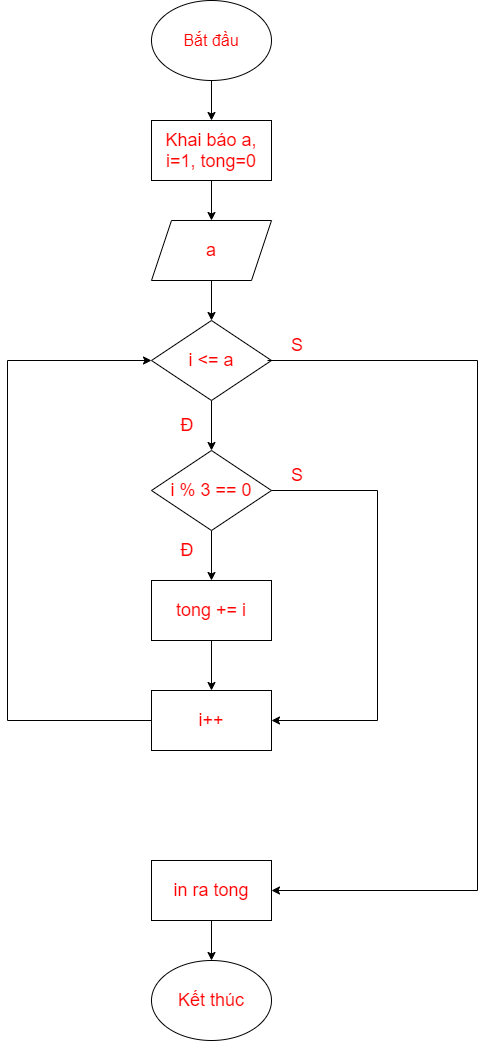
Above: lưu đồ bài 12.png in CorpseK/noobmaster69 (draw.io), before the change. Source tidied: cells renumbered, new cells last; positions are measured from the earlier drawing's top-left corner, leaving out a move shared by most shapes.
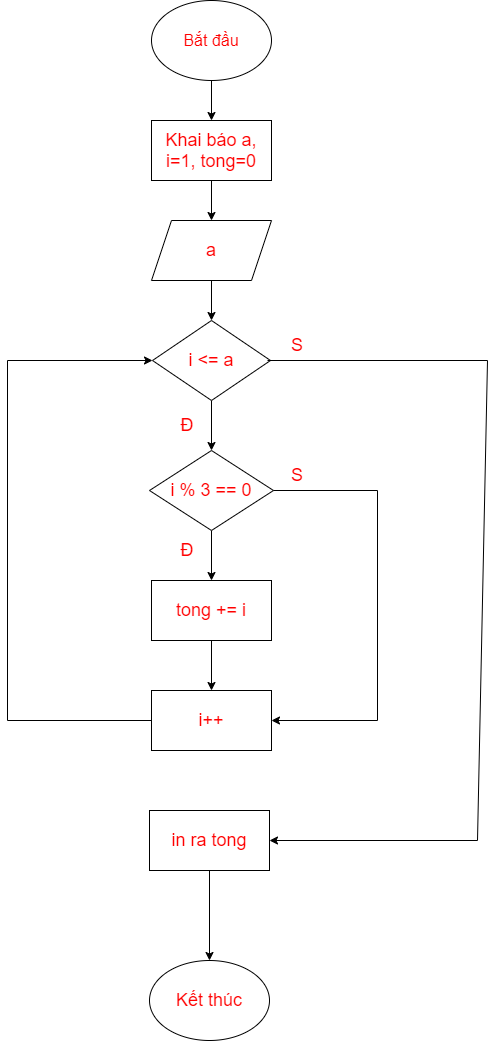
After the commit.

Diff of the diagram source:
```diff
@@ -24,26 +24,17 @@
       <mxGeometry relative="1" as="geometry" />
     </mxCell>
     <mxCell id="9" value="i &amp;lt;= a" style="rhombus;whiteSpace=wrap;html=1;fontSize=18;fontColor=#FF0000;" parent="1" vertex="1">
-      <mxGeometry x="144" y="320" width="120" height="80" as="geometry" />
+      <mxGeometry x="145" y="320" width="118" height="80" as="geometry" />
     </mxCell>
     <mxCell id="10" style="edgeStyle=orthogonalEdgeStyle;rounded=0;jettySize=auto;html=1;fontSize=18;fontColor=#FF0000;" parent="1" edge="1" source="11" target="16">
       <mxGeometry relative="1" as="geometry" />
     </mxCell>
     <mxCell id="11" value="i % 3 == 0" style="rhombus;whiteSpace=wrap;html=1;fontSize=18;fontColor=#FF0000;" parent="1" vertex="1">
-      <mxGeometry x="144" y="450" width="120" height="80" as="geometry" />
+      <mxGeometry x="142" y="450" width="124" height="80" as="geometry" />
     </mxCell>
     <mxCell id="12" value="Đ" style="text;html=1;strokeColor=none;fillColor=none;align=center;verticalAlign=middle;whiteSpace=wrap;rounded=0;fontSize=18;fontColor=#FF0000;" parent="1" vertex="1">
       <mxGeometry x="150" y="410" width="60" height="30" as="geometry" />
     </mxCell>
-    <mxCell id="13" style="endArrow=classic;html=1;rounded=0;fontSize=18;fontColor=#FF0000;entryX=1;entryY=0.5;entryDx=0;entryDy=0;" parent="1" edge="1" target="23">
-      <mxGeometry relative="1" as="geometry">
-        <mxPoint x="260" y="360" as="sourcePoint" />
-        <Array as="points">
-          <mxPoint x="470" y="360" />
-          <mxPoint x="470" y="890" />
-        </Array>
-      </mxGeometry>
-    </mxCell>
     <mxCell id="14" value="S" style="text;html=1;strokeColor=none;fillColor=none;align=center;verticalAlign=middle;whiteSpace=wrap;rounded=0;fontSize=18;fontColor=#FF0000;" parent="1" vertex="1">
       <mxGeometry x="260" y="330" width="60" height="30" as="geometry" />
     </mxCell>
@@ -82,10 +73,18 @@
       <mxGeometry relative="1" as="geometry" />
     </mxCell>
     <mxCell id="23" value="in ra tong" style="rounded=0;whiteSpace=wrap;html=1;fontSize=18;fontColor=#FF0000;" parent="1" vertex="1">
-      <mxGeometry x="144" y="860" width="120" height="60" as="geometry" />
+      <mxGeometry x="142" y="810" width="120" height="60" as="geometry" />
     </mxCell>
     <mxCell id="24" value="Kết thúc" style="ellipse;whiteSpace=wrap;html=1;fontSize=18;fontColor=#FF0000;" parent="1" vertex="1">
-      <mxGeometry x="144" y="960" width="120" height="80" as="geometry" />
+      <mxGeometry x="142" y="960" width="120" height="80" as="geometry" />
     </mxCell>
+    <mxCell id="25" style="endArrow=classic;html=1;rounded=0;exitX=0;exitY=1;exitDx=0;exitDy=0;entryX=1;entryY=0.5;entryDx=0;entryDy=0;" parent="1" edge="1" source="14" target="23">
+      <mxGeometry relative="1" as="geometry">
+        <Array as="points">
+          <mxPoint x="480" y="360" />
+          <mxPoint x="470" y="840" />
+        </Array>
+      </mxGeometry>
+    </mxCell>
   </root>
 </mxGraphModel>
```
